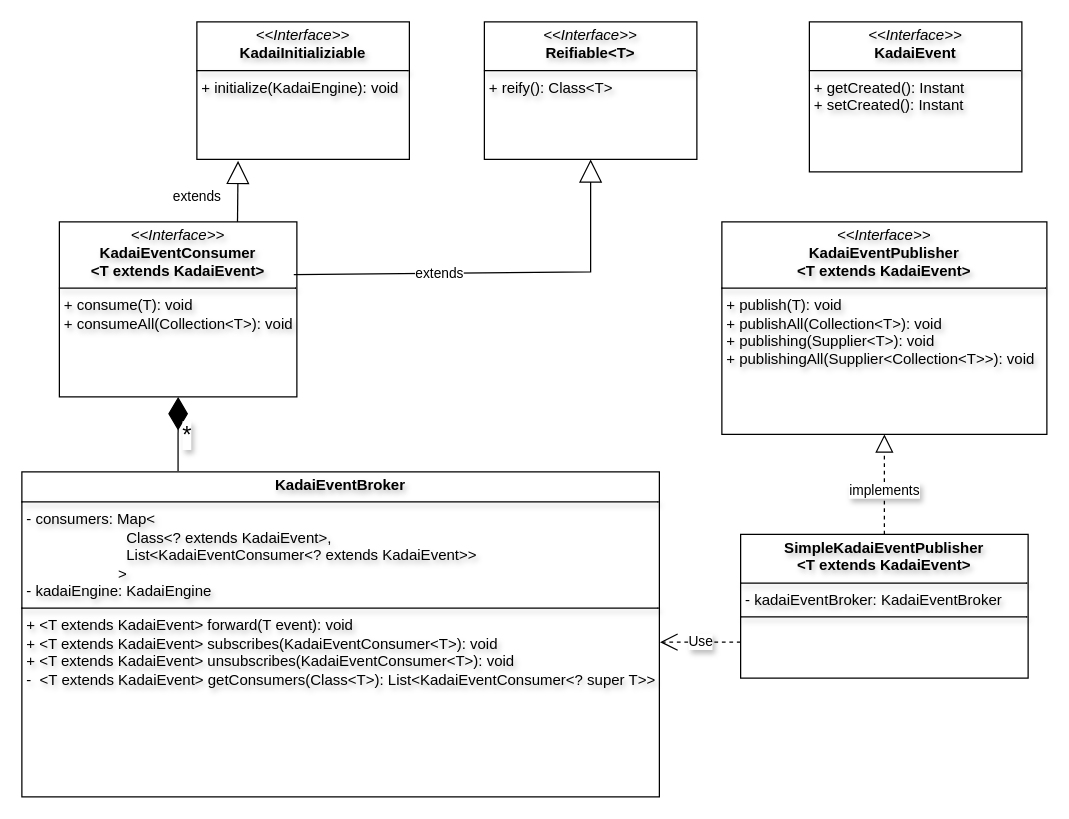
The draw.io diagram docs/user-guide/static/core-concepts/history_overview.drawio in kadai-io/kadai-doc, before the edit. Source tidied: cells renumbered, new cells numbered last; positions are measured from the earlier drawing's top-left corner, leaving out a move shared by most shapes. Both pictures are drawn from the tidied source at 125%, with x=0, y=0 at pixel (21, 21).
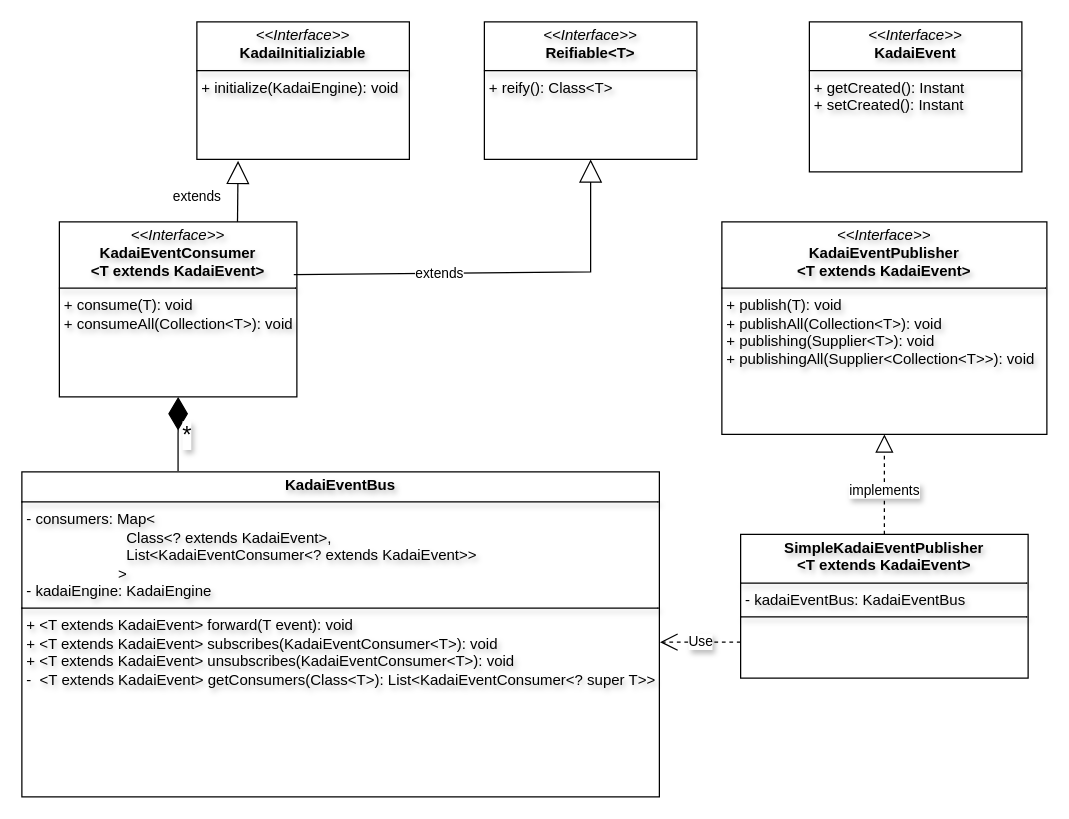
The same page after the edit.

The edit, as a diff of the source:
```diff
@@
 <mxGraphModel>
   <root>
     <mxCell id="0" />
     <mxCell id="1" parent="0" />
     <mxCell id="2" value="&lt;p style=&quot;margin:0px;margin-top:4px;text-align:center;&quot;&gt;&lt;i&gt;&amp;lt;&amp;lt;Interface&amp;gt;&amp;gt;&lt;/i&gt;&lt;br&gt;&lt;b&gt;KadaiEventConsumer&lt;br&gt;&amp;lt;T extends KadaiEvent&amp;gt;&lt;/b&gt;&lt;/p&gt;&lt;hr size=&quot;1&quot; style=&quot;border-style:solid;&quot;&gt;&lt;p style=&quot;margin:0px;margin-left:4px;&quot;&gt;&lt;/p&gt;&lt;p style=&quot;margin:0px;margin-left:4px;&quot;&gt;+ consume(T): void&lt;/p&gt;&lt;p style=&quot;margin:0px;margin-left:4px;&quot;&gt;+ consumeAll(Collection&amp;lt;T&amp;gt;): void&lt;/p&gt;" style="verticalAlign=top;align=left;overflow=fill;html=1;whiteSpace=wrap;textShadow=1;" parent="1" vertex="1">
       <mxGeometry x="30" y="160" width="190" height="140" as="geometry" />
     </mxCell>
     <mxCell id="3" value="&lt;p style=&quot;margin:0px;margin-top:4px;text-align:center;&quot;&gt;&lt;i&gt;&amp;lt;&amp;lt;Interface&amp;gt;&amp;gt;&lt;/i&gt;&lt;br&gt;&lt;b&gt;KadaiInitializiable&lt;br&gt;&lt;/b&gt;&lt;/p&gt;&lt;hr size=&quot;1&quot; style=&quot;border-style:solid;&quot;&gt;&lt;p style=&quot;margin:0px;margin-left:4px;&quot;&gt;&lt;/p&gt;&lt;p style=&quot;margin:0px;margin-left:4px;&quot;&gt;+ initialize(KadaiEngine): void&lt;/p&gt;" style="verticalAlign=top;align=left;overflow=fill;html=1;whiteSpace=wrap;textShadow=1;" parent="1" vertex="1">
       <mxGeometry x="140" width="170" height="110" as="geometry" />
     </mxCell>
     <mxCell id="4" value="&lt;p style=&quot;margin:0px;margin-top:4px;text-align:center;&quot;&gt;&lt;i&gt;&amp;lt;&amp;lt;Interface&amp;gt;&amp;gt;&lt;/i&gt;&lt;br&gt;&lt;b&gt;Reifiable&amp;lt;T&amp;gt;&lt;/b&gt;&lt;/p&gt;&lt;hr size=&quot;1&quot; style=&quot;border-style:solid;&quot;&gt;&lt;p style=&quot;margin:0px;margin-left:4px;&quot;&gt;&lt;/p&gt;&lt;p style=&quot;margin:0px;margin-left:4px;&quot;&gt;+ reify(): Class&amp;lt;T&amp;gt;&lt;/p&gt;" style="verticalAlign=top;align=left;overflow=fill;html=1;whiteSpace=wrap;textShadow=1;" parent="1" vertex="1">
       <mxGeometry x="370" width="170" height="110" as="geometry" />
     </mxCell>
     <mxCell id="5" value="&lt;p style=&quot;margin:0px;margin-top:4px;text-align:center;&quot;&gt;&lt;i&gt;&amp;lt;&amp;lt;Interface&amp;gt;&amp;gt;&lt;/i&gt;&lt;br&gt;&lt;b&gt;KadaiEventPublisher&lt;br&gt;&amp;lt;T extends KadaiEvent&amp;gt;&lt;/b&gt;&lt;/p&gt;&lt;hr size=&quot;1&quot; style=&quot;border-style:solid;&quot;&gt;&lt;p style=&quot;margin:0px;margin-left:4px;&quot;&gt;&lt;/p&gt;&lt;p style=&quot;margin:0px;margin-left:4px;&quot;&gt;+ publish(T): void&lt;/p&gt;&lt;p style=&quot;margin:0px;margin-left:4px;&quot;&gt;+ publishAll(Collection&amp;lt;T&amp;gt;): void&lt;/p&gt;&lt;p style=&quot;margin: 0px 0px 0px 4px;&quot;&gt;&lt;/p&gt;&lt;p style=&quot;margin: 0px 0px 0px 4px;&quot;&gt;+ publishing(Supplier&amp;lt;T&amp;gt;): void&lt;/p&gt;&lt;p style=&quot;margin: 0px 0px 0px 4px;&quot;&gt;+ publishingAll(Supplier&amp;lt;&lt;span style=&quot;background-color: transparent; color: light-dark(rgb(0, 0, 0), rgb(255, 255, 255));&quot;&gt;Collection&amp;lt;T&amp;gt;&amp;gt;&lt;/span&gt;&lt;span style=&quot;background-color: transparent; color: light-dark(rgb(0, 0, 0), rgb(255, 255, 255));&quot;&gt;): void&lt;/span&gt;&lt;/p&gt;" style="verticalAlign=top;align=left;overflow=fill;html=1;whiteSpace=wrap;textShadow=1;" parent="1" vertex="1">
       <mxGeometry x="560" y="160" width="260" height="170" as="geometry" />
     </mxCell>
     <mxCell id="6" value="&lt;p style=&quot;margin:0px;margin-top:4px;text-align:center;&quot;&gt;&lt;i&gt;&amp;lt;&amp;lt;Interface&amp;gt;&amp;gt;&lt;/i&gt;&lt;br&gt;&lt;b&gt;KadaiEvent&lt;/b&gt;&lt;/p&gt;&lt;hr size=&quot;1&quot; style=&quot;border-style:solid;&quot;&gt;&lt;p style=&quot;margin:0px;margin-left:4px;&quot;&gt;&lt;/p&gt;&lt;p style=&quot;margin:0px;margin-left:4px;&quot;&gt;+ getCreated(): Instant&lt;/p&gt;&lt;p style=&quot;margin:0px;margin-left:4px;&quot;&gt;+ setCreated(): Instant&lt;/p&gt;" style="verticalAlign=top;align=left;overflow=fill;html=1;whiteSpace=wrap;textShadow=1;" parent="1" vertex="1">
       <mxGeometry x="630" width="170" height="120" as="geometry" />
     </mxCell>
-    <mxCell id="7" value="&lt;p style=&quot;margin:0px;margin-top:4px;text-align:center;&quot;&gt;&lt;b&gt;SimpleKadaiEventPublisher&lt;br&gt;&amp;lt;T extends KadaiEvent&amp;gt;&lt;/b&gt;&lt;/p&gt;&lt;hr size=&quot;1&quot; style=&quot;border-style:solid;&quot;&gt;&lt;p style=&quot;margin:0px;margin-left:4px;&quot;&gt;- kadaiEventBroker: KadaiEventBroker&lt;/p&gt;&lt;hr size=&quot;1&quot; style=&quot;border-style:solid;&quot;&gt;&lt;p style=&quot;margin:0px;margin-left:4px;&quot;&gt;&lt;br&gt;&lt;/p&gt;" style="verticalAlign=top;align=left;overflow=fill;html=1;whiteSpace=wrap;textShadow=1;" parent="1" vertex="1">
+    <mxCell id="7" value="&lt;p style=&quot;margin:0px;margin-top:4px;text-align:center;&quot;&gt;&lt;b&gt;SimpleKadaiEventPublisher&lt;br&gt;&amp;lt;T extends KadaiEvent&amp;gt;&lt;/b&gt;&lt;/p&gt;&lt;hr size=&quot;1&quot; style=&quot;border-style:solid;&quot;&gt;&lt;p style=&quot;margin:0px;margin-left:4px;&quot;&gt;- kadaiEventBus: KadaiEventBus&lt;/p&gt;&lt;hr size=&quot;1&quot; style=&quot;border-style:solid;&quot;&gt;&lt;p style=&quot;margin:0px;margin-left:4px;&quot;&gt;&lt;br&gt;&lt;/p&gt;" style="verticalAlign=top;align=left;overflow=fill;html=1;whiteSpace=wrap;textShadow=1;" parent="1" vertex="1">
       <mxGeometry x="575" y="410" width="230" height="115" as="geometry" />
     </mxCell>
-    <mxCell id="8" value="&lt;p style=&quot;margin:0px;margin-top:4px;text-align:center;&quot;&gt;&lt;b&gt;KadaiEventBroker&lt;/b&gt;&lt;/p&gt;&lt;hr size=&quot;1&quot; style=&quot;border-style:solid;&quot;&gt;&lt;p style=&quot;margin:0px;margin-left:4px;&quot;&gt;- consumers:&amp;nbsp;Map&amp;lt;&lt;/p&gt;&lt;p style=&quot;margin:0px;margin-left:4px;&quot;&gt;&amp;nbsp; &amp;nbsp; &amp;nbsp; &amp;nbsp; &amp;nbsp; &amp;nbsp; &amp;nbsp; &amp;nbsp; &amp;nbsp; &amp;nbsp; &amp;nbsp; &amp;nbsp; Class&amp;lt;? extends KadaiEvent&amp;gt;,&amp;nbsp;&lt;/p&gt;&lt;p style=&quot;margin:0px;margin-left:4px;&quot;&gt;&amp;nbsp; &amp;nbsp; &amp;nbsp; &amp;nbsp; &amp;nbsp; &amp;nbsp; &amp;nbsp; &amp;nbsp; &amp;nbsp; &amp;nbsp; &amp;nbsp; &amp;nbsp; List&amp;lt;KadaiEventConsumer&amp;lt;? extends KadaiEvent&amp;gt;&amp;gt;&lt;/p&gt;&lt;p style=&quot;margin:0px;margin-left:4px;&quot;&gt;&amp;nbsp; &amp;nbsp; &amp;nbsp; &amp;nbsp; &amp;nbsp; &amp;nbsp; &amp;nbsp; &amp;nbsp; &amp;nbsp; &amp;nbsp; &amp;nbsp; &amp;gt;&lt;/p&gt;&lt;p style=&quot;margin:0px;margin-left:4px;&quot;&gt;- kadaiEngine: KadaiEngine&lt;/p&gt;&lt;hr size=&quot;1&quot; style=&quot;border-style:solid;&quot;&gt;&lt;p style=&quot;margin:0px;margin-left:4px;&quot;&gt;+ &amp;lt;T extends KadaiEvent&amp;gt; forward(T event): void&lt;/p&gt;&lt;p style=&quot;margin:0px;margin-left:4px;&quot;&gt;+&amp;nbsp;&lt;span style=&quot;background-color: transparent; color: light-dark(rgb(0, 0, 0), rgb(255, 255, 255));&quot;&gt;&amp;lt;T extends KadaiEvent&amp;gt;&amp;nbsp;&lt;/span&gt;&lt;span style=&quot;background-color: transparent; color: light-dark(rgb(0, 0, 0), rgb(255, 255, 255));&quot;&gt;subscribes(KadaiEventConsumer&amp;lt;T&amp;gt;): void&lt;/span&gt;&lt;/p&gt;&lt;p style=&quot;margin:0px;margin-left:4px;&quot;&gt;+&amp;nbsp;&lt;span style=&quot;color: light-dark(rgb(0, 0, 0), rgb(255, 255, 255)); background-color: transparent;&quot;&gt;&amp;lt;T extends KadaiEvent&amp;gt; un&lt;/span&gt;&lt;span style=&quot;color: light-dark(rgb(0, 0, 0), rgb(255, 255, 255)); background-color: transparent;&quot;&gt;subscribes(KadaiEventConsumer&amp;lt;T&amp;gt;): void&lt;/span&gt;&lt;span style=&quot;background-color: transparent; color: light-dark(rgb(0, 0, 0), rgb(255, 255, 255));&quot;&gt;&lt;/span&gt;&lt;/p&gt;&lt;p style=&quot;margin:0px;margin-left:4px;&quot;&gt;-&amp;nbsp; &amp;lt;T extends KadaiEvent&amp;gt;&amp;nbsp;getConsumers(Class&amp;lt;T&amp;gt;):&amp;nbsp;List&amp;lt;KadaiEventConsumer&amp;lt;? super T&amp;gt;&amp;gt;&lt;span style=&quot;color: light-dark(rgb(0, 0, 0), rgb(255, 255, 255)); background-color: transparent;&quot;&gt;&lt;/span&gt;&lt;/p&gt;" style="verticalAlign=top;align=left;overflow=fill;html=1;whiteSpace=wrap;textShadow=1;" parent="1" vertex="1">
+    <mxCell id="8" value="&lt;p style=&quot;margin:0px;margin-top:4px;text-align:center;&quot;&gt;&lt;b&gt;KadaiEventBus&lt;/b&gt;&lt;/p&gt;&lt;hr size=&quot;1&quot; style=&quot;border-style:solid;&quot;&gt;&lt;p style=&quot;margin:0px;margin-left:4px;&quot;&gt;- consumers:&amp;nbsp;Map&amp;lt;&lt;/p&gt;&lt;p style=&quot;margin:0px;margin-left:4px;&quot;&gt;&amp;nbsp; &amp;nbsp; &amp;nbsp; &amp;nbsp; &amp;nbsp; &amp;nbsp; &amp;nbsp; &amp;nbsp; &amp;nbsp; &amp;nbsp; &amp;nbsp; &amp;nbsp; Class&amp;lt;? extends KadaiEvent&amp;gt;,&amp;nbsp;&lt;/p&gt;&lt;p style=&quot;margin:0px;margin-left:4px;&quot;&gt;&amp;nbsp; &amp;nbsp; &amp;nbsp; &amp;nbsp; &amp;nbsp; &amp;nbsp; &amp;nbsp; &amp;nbsp; &amp;nbsp; &amp;nbsp; &amp;nbsp; &amp;nbsp; List&amp;lt;KadaiEventConsumer&amp;lt;? extends KadaiEvent&amp;gt;&amp;gt;&lt;/p&gt;&lt;p style=&quot;margin:0px;margin-left:4px;&quot;&gt;&amp;nbsp; &amp;nbsp; &amp;nbsp; &amp;nbsp; &amp;nbsp; &amp;nbsp; &amp;nbsp; &amp;nbsp; &amp;nbsp; &amp;nbsp; &amp;nbsp; &amp;gt;&lt;/p&gt;&lt;p style=&quot;margin:0px;margin-left:4px;&quot;&gt;- kadaiEngine: KadaiEngine&lt;/p&gt;&lt;hr size=&quot;1&quot; style=&quot;border-style:solid;&quot;&gt;&lt;p style=&quot;margin:0px;margin-left:4px;&quot;&gt;+ &amp;lt;T extends KadaiEvent&amp;gt; forward(T event): void&lt;/p&gt;&lt;p style=&quot;margin:0px;margin-left:4px;&quot;&gt;+&amp;nbsp;&lt;span style=&quot;background-color: transparent; color: light-dark(rgb(0, 0, 0), rgb(255, 255, 255));&quot;&gt;&amp;lt;T extends KadaiEvent&amp;gt;&amp;nbsp;&lt;/span&gt;&lt;span style=&quot;background-color: transparent; color: light-dark(rgb(0, 0, 0), rgb(255, 255, 255));&quot;&gt;subscribes(KadaiEventConsumer&amp;lt;T&amp;gt;): void&lt;/span&gt;&lt;/p&gt;&lt;p style=&quot;margin:0px;margin-left:4px;&quot;&gt;+&amp;nbsp;&lt;span style=&quot;color: light-dark(rgb(0, 0, 0), rgb(255, 255, 255)); background-color: transparent;&quot;&gt;&amp;lt;T extends KadaiEvent&amp;gt; un&lt;/span&gt;&lt;span style=&quot;color: light-dark(rgb(0, 0, 0), rgb(255, 255, 255)); background-color: transparent;&quot;&gt;subscribes(KadaiEventConsumer&amp;lt;T&amp;gt;): void&lt;/span&gt;&lt;span style=&quot;background-color: transparent; color: light-dark(rgb(0, 0, 0), rgb(255, 255, 255));&quot;&gt;&lt;/span&gt;&lt;/p&gt;&lt;p style=&quot;margin:0px;margin-left:4px;&quot;&gt;-&amp;nbsp; &amp;lt;T extends KadaiEvent&amp;gt;&amp;nbsp;getConsumers(Class&amp;lt;T&amp;gt;):&amp;nbsp;List&amp;lt;KadaiEventConsumer&amp;lt;? super T&amp;gt;&amp;gt;&lt;span style=&quot;color: light-dark(rgb(0, 0, 0), rgb(255, 255, 255)); background-color: transparent;&quot;&gt;&lt;/span&gt;&lt;/p&gt;" style="verticalAlign=top;align=left;overflow=fill;html=1;whiteSpace=wrap;textShadow=1;" parent="1" vertex="1">
       <mxGeometry y="360" width="510" height="260" as="geometry" />
     </mxCell>
     <mxCell id="9" style="endArrow=block;dashed=1;endFill=0;endSize=12;html=1;rounded=0;textShadow=1;exitX=0.5;exitY=0;exitDx=0;exitDy=0;entryX=0.5;entryY=1;entryDx=0;entryDy=0;" parent="1" edge="1" source="7" target="5">
       <mxGeometry relative="1" as="geometry" />
     </mxCell>
     <mxCell id="10" value="implements" style="edgeLabel;html=1;align=center;verticalAlign=middle;textShadow=1;" parent="9" vertex="1">
       <mxGeometry x="-0.11" y="1" relative="1" as="geometry" />
     </mxCell>
     <mxCell id="11" style="endArrow=diamondThin;endFill=1;endSize=24;html=1;rounded=0;textShadow=1;entryX=0.5;entryY=1;entryDx=0;entryDy=0;exitX=0.245;exitY=-0.003;exitDx=0;exitDy=0;exitPerimeter=0;" parent="1" edge="1" source="8" target="2">
       <mxGeometry relative="1" as="geometry" />
     </mxCell>
     <mxCell id="12" value="*" style="edgeLabel;html=1;align=center;verticalAlign=middle;fontSize=19;textShadow=1;" parent="11" vertex="1">
       <mxGeometry x="0.4" y="1" relative="1" as="geometry">
         <mxPoint x="8" y="12" as="offset" />
       </mxGeometry>
     </mxCell>
     <mxCell id="13" value="Use" style="endArrow=open;endSize=12;dashed=1;html=1;rounded=0;exitX=0;exitY=0.75;exitDx=0;exitDy=0;textShadow=1;entryX=1.001;entryY=0.524;entryDx=0;entryDy=0;entryPerimeter=0;" parent="1" edge="1" source="7" target="8">
       <mxGeometry relative="1" as="geometry" />
     </mxCell>
     <mxCell id="14" value="extends" style="endArrow=block;endSize=16;endFill=0;html=1;rounded=0;exitX=0.987;exitY=0.301;exitDx=0;exitDy=0;entryX=0.5;entryY=1;entryDx=0;entryDy=0;exitPerimeter=0;" parent="1" edge="1" source="2" target="4">
       <mxGeometry x="-0.29" relative="1" as="geometry">
         <Array as="points">
           <mxPoint x="455" y="200" />
         </Array>
       </mxGeometry>
     </mxCell>
     <mxCell id="15" value="extends" style="endArrow=block;endSize=16;endFill=0;html=1;rounded=0;exitX=0.75;exitY=0;exitDx=0;exitDy=0;entryX=0.194;entryY=1.01;entryDx=0;entryDy=0;entryPerimeter=0;" parent="1" edge="1" source="2" target="3">
       <mxGeometry x="-0.2" y="33" relative="1" as="geometry" />
     </mxCell>
   </root>
 </mxGraphModel>
```
